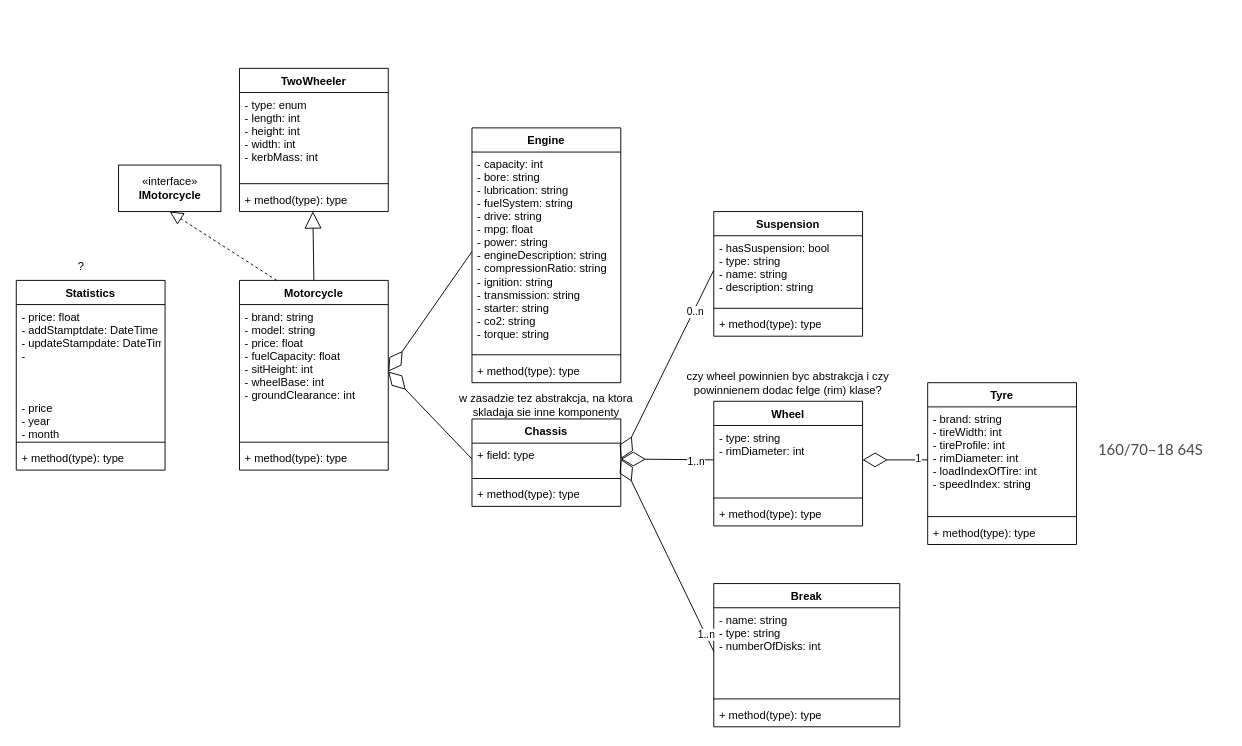
Before: page "UML" (1 of 2) of Documentation/Motorcycle App.drawio in Pawel-Szymczyk/PS.Motorcycle, a draw.io diagram. Source tidied: cells renumbered, new cells numbered last; positions are measured from the earlier drawing's top-left corner, leaving out a move shared by most shapes. Both pictures are drawn from the tidied source at 93%, with x=0, y=0 at pixel (16, 68).
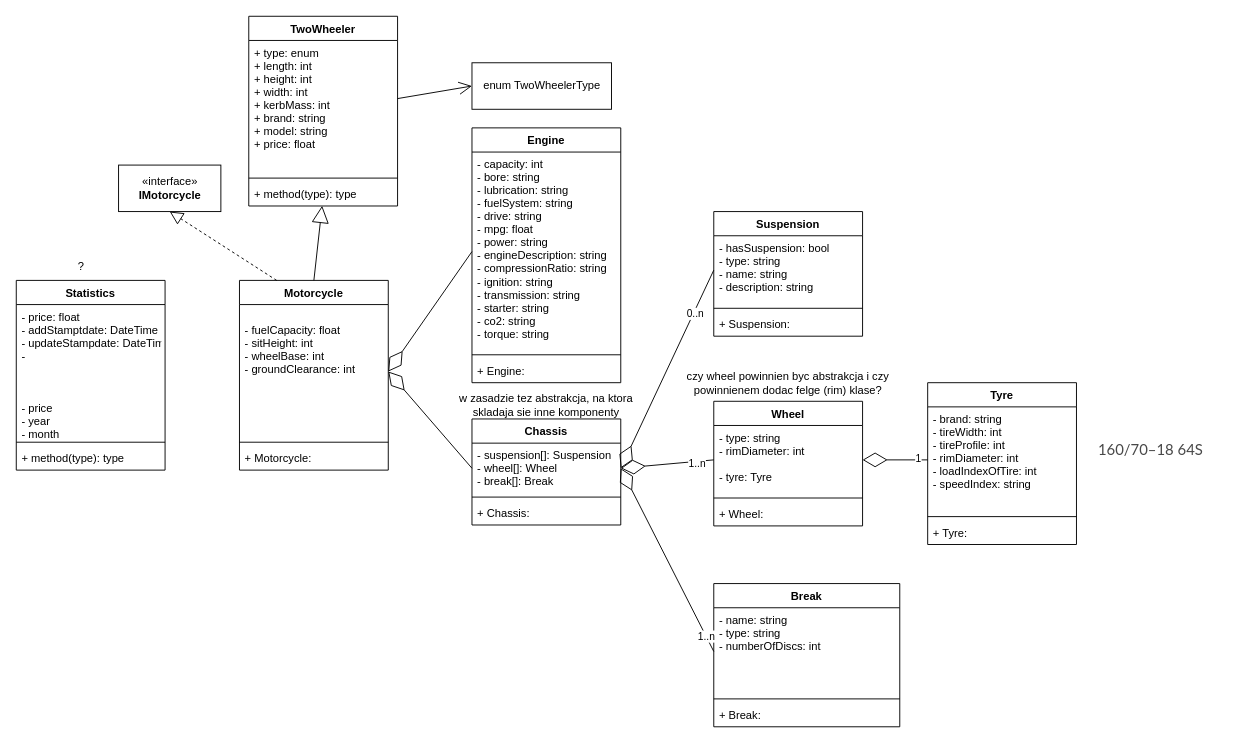
Above is the later version.

The change refers to these unchanged cells:
```xml
<mxCell id="3" value="Motorcycle" style="swimlane;fontStyle=1;align=center;verticalAlign=top;horizontal=1;startSize=26;" parent="1" vertex="1">
  <mxGeometry x="240" y="228" width="160" height="204" as="geometry" />
</mxCell>
<mxCell id="11" value="Engine" style="swimlane;fontStyle=1;align=center;verticalAlign=top;horizontal=1;startSize=26;" parent="1" vertex="1">
  <mxGeometry x="490" y="64" width="160" height="274" as="geometry" />
</mxCell>
<mxCell id="15" value="Suspension" style="swimlane;fontStyle=1;align=center;verticalAlign=top;horizontal=1;startSize=26;" parent="1" vertex="1">
  <mxGeometry x="750" y="154" width="160" height="134" as="geometry" />
</mxCell>
<mxCell id="19" value="Break" style="swimlane;fontStyle=1;align=center;verticalAlign=top;horizontal=1;startSize=26;" parent="1" vertex="1">
  <mxGeometry x="750" y="554" width="200" height="154" as="geometry" />
</mxCell>
<mxCell id="23" value="Wheel" style="swimlane;fontStyle=1;align=center;verticalAlign=top;horizontal=1;startSize=26;" parent="1" vertex="1">
  <mxGeometry x="750" y="358" width="160" height="134" as="geometry" />
</mxCell>
<mxCell id="27" value="Tyre" style="swimlane;fontStyle=1;align=center;verticalAlign=top;horizontal=1;startSize=26;" parent="1" vertex="1">
  <mxGeometry x="980" y="338" width="160" height="174" as="geometry" />
</mxCell>
```

Change to the diagram source:
```diff
@@
-    <mxCell id="4" value="- brand: string&#10;- model: string&#10;- price: float&#10;- fuelCapacity: float&#10;- sitHeight: int&#10;- wheelBase: int&#10;- groundClearance: int" style="text;strokeColor=none;fillColor=none;align=left;verticalAlign=top;spacingLeft=4;spacingRight=4;overflow=hidden;points=[[0,0.5],[1,0.5]];portConstraint=eastwest;" parent="3" vertex="1">
+    <mxCell id="4" value="&#10;- fuelCapacity: float&#10;- sitHeight: int&#10;- wheelBase: int&#10;- groundClearance: int" style="text;strokeColor=none;fillColor=none;align=left;verticalAlign=top;spacingLeft=4;spacingRight=4;overflow=hidden;points=[[0,0.5],[1,0.5]];portConstraint=eastwest;" parent="3" vertex="1">
       <mxGeometry y="26" width="160" height="144" as="geometry" />
     </mxCell>
@@
-    <mxCell id="6" value="+ method(type): type" style="text;strokeColor=none;fillColor=none;align=left;verticalAlign=top;spacingLeft=4;spacingRight=4;overflow=hidden;" parent="3" vertex="1">
+    <mxCell id="6" value="+ Motorcycle:" style="text;strokeColor=none;fillColor=none;align=left;verticalAlign=top;spacingLeft=4;spacingRight=4;overflow=hidden;" parent="3" vertex="1">
       <mxGeometry y="178" width="160" height="26" as="geometry" />
     </mxCell>
     <mxCell id="7" value="TwoWheeler" style="swimlane;fontStyle=1;align=center;verticalAlign=top;horizontal=1;startSize=26;" parent="1" vertex="1">
-      <mxGeometry x="240" width="160" height="154" as="geometry" />
+      <mxGeometry x="250" y="-56" width="160" height="204" as="geometry" />
     </mxCell>
-    <mxCell id="8" value="- type: enum&#10;- length: int&#10;- height: int&#10;- width: int&#10;- kerbMass: int" style="text;strokeColor=none;fillColor=none;align=left;verticalAlign=top;spacingLeft=4;spacingRight=4;overflow=hidden;" parent="7" vertex="1">
-      <mxGeometry y="26" width="160" height="94" as="geometry" />
+    <mxCell id="8" value="+ type: enum&#10;+ length: int&#10;+ height: int&#10;+ width: int&#10;+ kerbMass: int&#10;+ brand: string&#10;+ model: string&#10;+ price: float" style="text;strokeColor=none;fillColor=none;align=left;verticalAlign=top;spacingLeft=4;spacingRight=4;overflow=hidden;" parent="7" vertex="1">
+      <mxGeometry y="26" width="160" height="144" as="geometry" />
     </mxCell>
     <mxCell id="9" style="line;strokeWidth=1;fillColor=none;align=left;verticalAlign=middle;spacingTop=-1;spacingLeft=3;spacingRight=3;labelPosition=right;" parent="7" vertex="1">
-      <mxGeometry y="120" width="160" height="8" as="geometry" />
+      <mxGeometry y="170" width="160" height="8" as="geometry" />
     </mxCell>
     <mxCell id="10" value="+ method(type): type" style="text;strokeColor=none;fillColor=none;align=left;verticalAlign=top;spacingLeft=4;spacingRight=4;overflow=hidden;points=[[0,0.5],[1,0.5]];portConstraint=eastwest;" parent="7" vertex="1">
-      <mxGeometry y="128" width="160" height="26" as="geometry" />
+      <mxGeometry y="178" width="160" height="26" as="geometry" />
     </mxCell>
@@
-    <mxCell id="14" value="+ method(type): type" style="text;strokeColor=none;fillColor=none;align=left;verticalAlign=top;spacingLeft=4;spacingRight=4;overflow=hidden;" parent="11" vertex="1">
+    <mxCell id="14" value="+ Engine:" style="text;strokeColor=none;fillColor=none;align=left;verticalAlign=top;spacingLeft=4;spacingRight=4;overflow=hidden;" parent="11" vertex="1">
       <mxGeometry y="248" width="160" height="26" as="geometry" />
     </mxCell>
@@
-    <mxCell id="18" value="+ method(type): type" style="text;strokeColor=none;fillColor=none;align=left;verticalAlign=top;spacingLeft=4;spacingRight=4;overflow=hidden;" parent="15" vertex="1">
+    <mxCell id="18" value="+ Suspension:" style="text;strokeColor=none;fillColor=none;align=left;verticalAlign=top;spacingLeft=4;spacingRight=4;overflow=hidden;" parent="15" vertex="1">
       <mxGeometry y="108" width="160" height="26" as="geometry" />
     </mxCell>
@@
-    <mxCell id="20" value="- name: string&#10;- type: string&#10;- numberOfDisks: int" style="text;strokeColor=none;fillColor=none;align=left;verticalAlign=top;spacingLeft=4;spacingRight=4;overflow=hidden;points=[[0,0.5],[1,0.5]];portConstraint=eastwest;" parent="19" vertex="1">
+    <mxCell id="20" value="- name: string&#10;- type: string&#10;- numberOfDiscs: int" style="text;strokeColor=none;fillColor=none;align=left;verticalAlign=top;spacingLeft=4;spacingRight=4;overflow=hidden;points=[[0,0.5],[1,0.5]];portConstraint=eastwest;" parent="19" vertex="1">
       <mxGeometry y="26" width="200" height="94" as="geometry" />
     </mxCell>
@@
-    <mxCell id="22" value="+ method(type): type" style="text;strokeColor=none;fillColor=none;align=left;verticalAlign=top;spacingLeft=4;spacingRight=4;overflow=hidden;" parent="19" vertex="1">
+    <mxCell id="22" value="+ Break:" style="text;strokeColor=none;fillColor=none;align=left;verticalAlign=top;spacingLeft=4;spacingRight=4;overflow=hidden;" parent="19" vertex="1">
       <mxGeometry y="128" width="200" height="26" as="geometry" />
     </mxCell>
@@
-    <mxCell id="24" value="- type: string&#10;- rimDiameter: int" style="text;strokeColor=none;fillColor=none;align=left;verticalAlign=top;spacingLeft=4;spacingRight=4;overflow=hidden;points=[[0,0.5],[1,0.5]];portConstraint=eastwest;" parent="23" vertex="1">
+    <mxCell id="24" value="- type: string&#10;- rimDiameter: int&#10;&#10;- tyre: Tyre" style="text;strokeColor=none;fillColor=none;align=left;verticalAlign=top;spacingLeft=4;spacingRight=4;overflow=hidden;points=[[0,0.5],[1,0.5]];portConstraint=eastwest;" parent="23" vertex="1">
       <mxGeometry y="26" width="160" height="74" as="geometry" />
     </mxCell>
@@
-    <mxCell id="26" value="+ method(type): type" style="text;strokeColor=none;fillColor=none;align=left;verticalAlign=top;spacingLeft=4;spacingRight=4;overflow=hidden;" parent="23" vertex="1">
+    <mxCell id="26" value="+ Wheel:" style="text;strokeColor=none;fillColor=none;align=left;verticalAlign=top;spacingLeft=4;spacingRight=4;overflow=hidden;" parent="23" vertex="1">
       <mxGeometry y="108" width="160" height="26" as="geometry" />
     </mxCell>
@@
-    <mxCell id="30" value="+ method(type): type" style="text;strokeColor=none;fillColor=none;align=left;verticalAlign=top;spacingLeft=4;spacingRight=4;overflow=hidden;" parent="27" vertex="1">
+    <mxCell id="30" value="+ Tyre:" style="text;strokeColor=none;fillColor=none;align=left;verticalAlign=top;spacingLeft=4;spacingRight=4;overflow=hidden;" parent="27" vertex="1">
       <mxGeometry y="148" width="160" height="26" as="geometry" />
     </mxCell>
     <mxCell id="31" value="Chassis" style="swimlane;fontStyle=1;align=center;verticalAlign=top;horizontal=1;startSize=26;" parent="1" vertex="1">
-      <mxGeometry x="490" y="377" width="160" height="94" as="geometry" />
+      <mxGeometry x="490" y="377" width="160" height="114" as="geometry" />
     </mxCell>
-    <mxCell id="32" value="+ field: type&#10;" style="text;strokeColor=none;fillColor=none;align=left;verticalAlign=top;spacingLeft=4;spacingRight=4;overflow=hidden;points=[[0,0.5],[1,0.5]];portConstraint=eastwest;" parent="31" vertex="1">
-      <mxGeometry y="26" width="160" height="34" as="geometry" />
+    <mxCell id="32" value="- suspension[]: Suspension&#10;- wheel[]: Wheel&#10;- break[]: Break" style="text;strokeColor=none;fillColor=none;align=left;verticalAlign=top;spacingLeft=4;spacingRight=4;overflow=hidden;points=[[0,0.5],[1,0.5]];portConstraint=eastwest;" parent="31" vertex="1">
+      <mxGeometry y="26" width="160" height="54" as="geometry" />
     </mxCell>
     <mxCell id="33" style="line;strokeWidth=1;fillColor=none;align=left;verticalAlign=middle;spacingTop=-1;spacingLeft=3;spacingRight=3;labelPosition=right;" parent="31" vertex="1">
-      <mxGeometry y="60" width="160" height="8" as="geometry" />
+      <mxGeometry y="80" width="160" height="8" as="geometry" />
     </mxCell>
-    <mxCell id="34" value="+ method(type): type" style="text;strokeColor=none;fillColor=none;align=left;verticalAlign=top;spacingLeft=4;spacingRight=4;overflow=hidden;" parent="31" vertex="1">
-      <mxGeometry y="68" width="160" height="26" as="geometry" />
+    <mxCell id="34" value="+ Chassis:" style="text;strokeColor=none;fillColor=none;align=left;verticalAlign=top;spacingLeft=4;spacingRight=4;overflow=hidden;" parent="31" vertex="1">
+      <mxGeometry y="88" width="160" height="26" as="geometry" />
     </mxCell>
@@
+    <mxCell id="55" value="enum TwoWheelerType" style="html=1;" parent="1" vertex="1">
+      <mxGeometry x="490" y="-6" width="150" height="50" as="geometry" />
+    </mxCell>
+    <mxCell id="56" style="endArrow=open;endFill=1;endSize=12;html=1;rounded=0;entryX=0;entryY=0.5;entryDx=0;entryDy=0;" parent="1" edge="1" source="7" target="55">
+      <mxGeometry relative="1" as="geometry" />
+    </mxCell>
```
